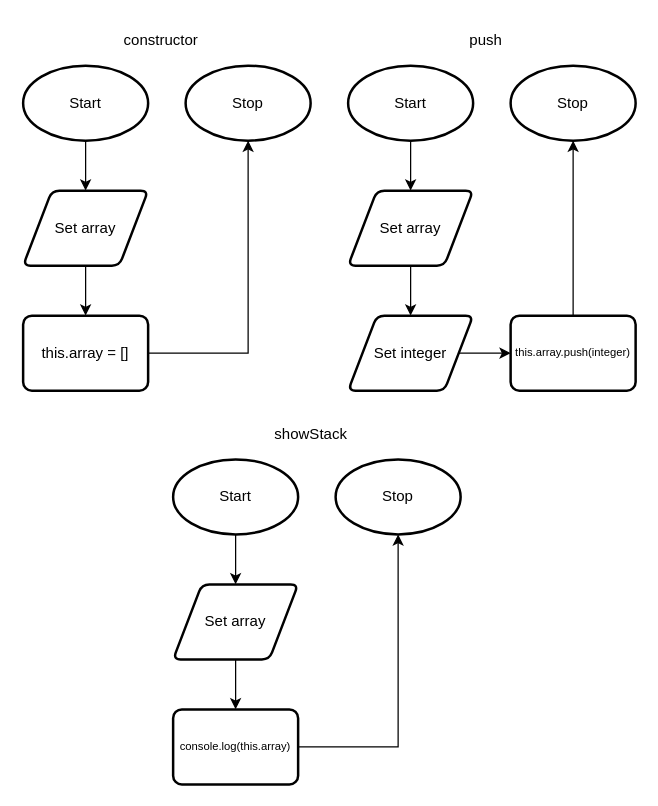
Above: design/design.drawio in CristianoSellitto/ICS4U-Unit2-01-Typescript (draw.io), before the change. Source tidied: cells renumbered, new cells numbered last; positions are measured from the earlier drawing's top-left corner, leaving out a move shared by most shapes. Both pictures are drawn from the tidied source at 125%, with x=0, y=0 at pixel (22, 21).
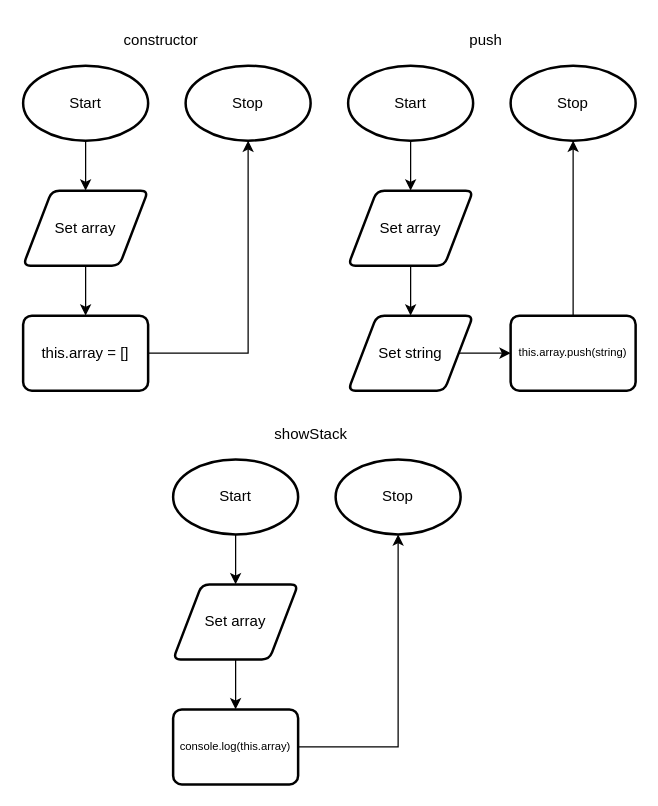
The same diagram, later.

Change to the diagram source:
```diff
@@
-    <mxCell id="16" value="this.array.push(integer)" style="rounded=1;whiteSpace=wrap;html=1;absoluteArcSize=1;arcSize=14;strokeWidth=2;fontSize=9;" parent="1" vertex="1">
+    <mxCell id="16" value="this.array.push(string)" style="rounded=1;whiteSpace=wrap;html=1;absoluteArcSize=1;arcSize=14;strokeWidth=2;fontSize=9;" parent="1" vertex="1">
       <mxGeometry x="390" y="235" width="100" height="60" as="geometry" />
     </mxCell>
@@
-    <mxCell id="19" value="Set integer" style="shape=parallelogram;html=1;strokeWidth=2;perimeter=parallelogramPerimeter;whiteSpace=wrap;rounded=1;arcSize=12;size=0.23;" parent="1" vertex="1">
+    <mxCell id="19" value="Set string" style="shape=parallelogram;html=1;strokeWidth=2;perimeter=parallelogramPerimeter;whiteSpace=wrap;rounded=1;arcSize=12;size=0.23;" parent="1" vertex="1">
       <mxGeometry x="260" y="235" width="100" height="60" as="geometry" />
     </mxCell>
```
